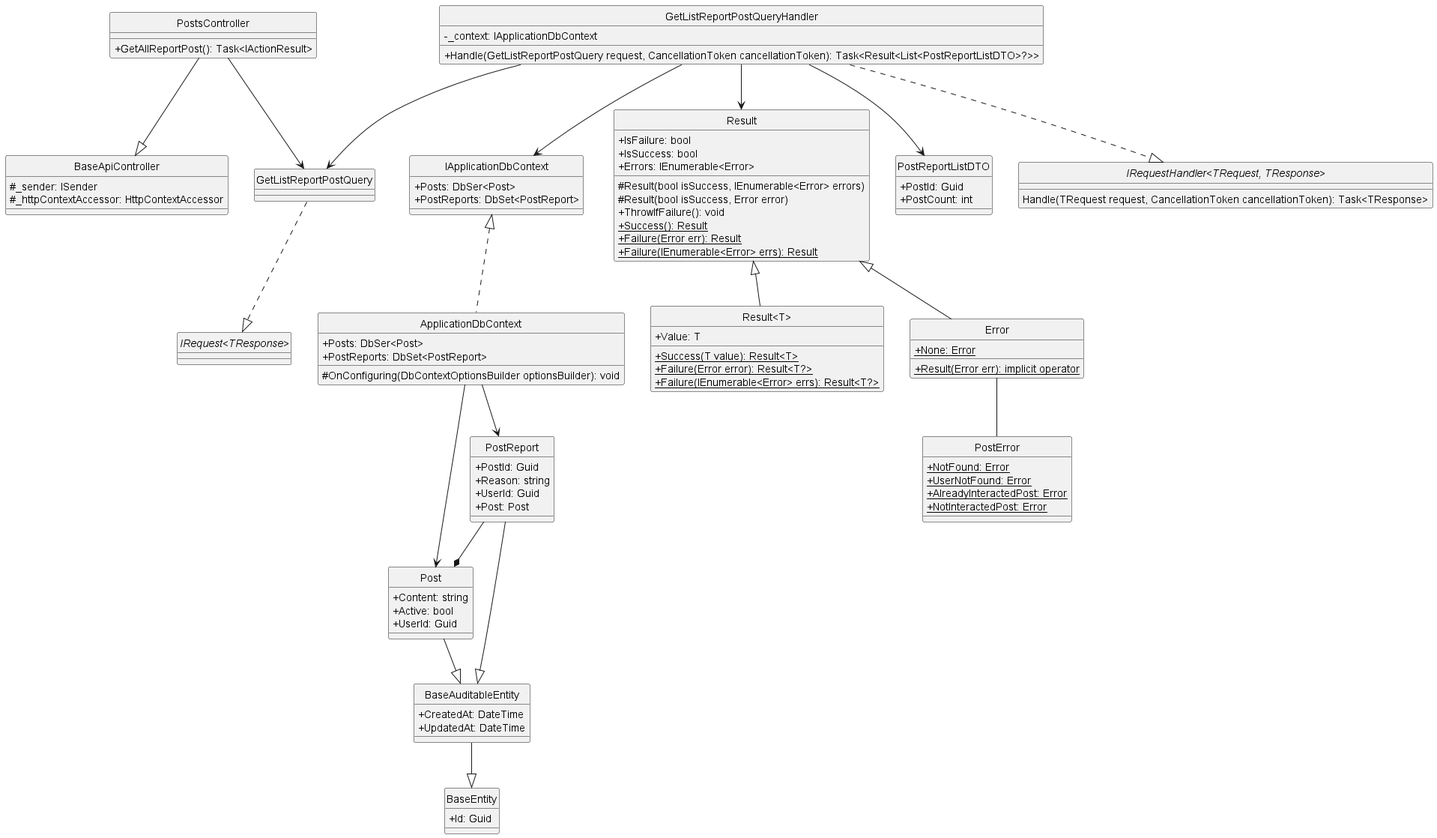
Carl-Johnsons/Chat-Application keeps this PlantUML diagram as docs/Class Diagram/Post/Post/GetAllReportPost/ClassDiagram/getAllReportPost.png. Above is the earlier version.
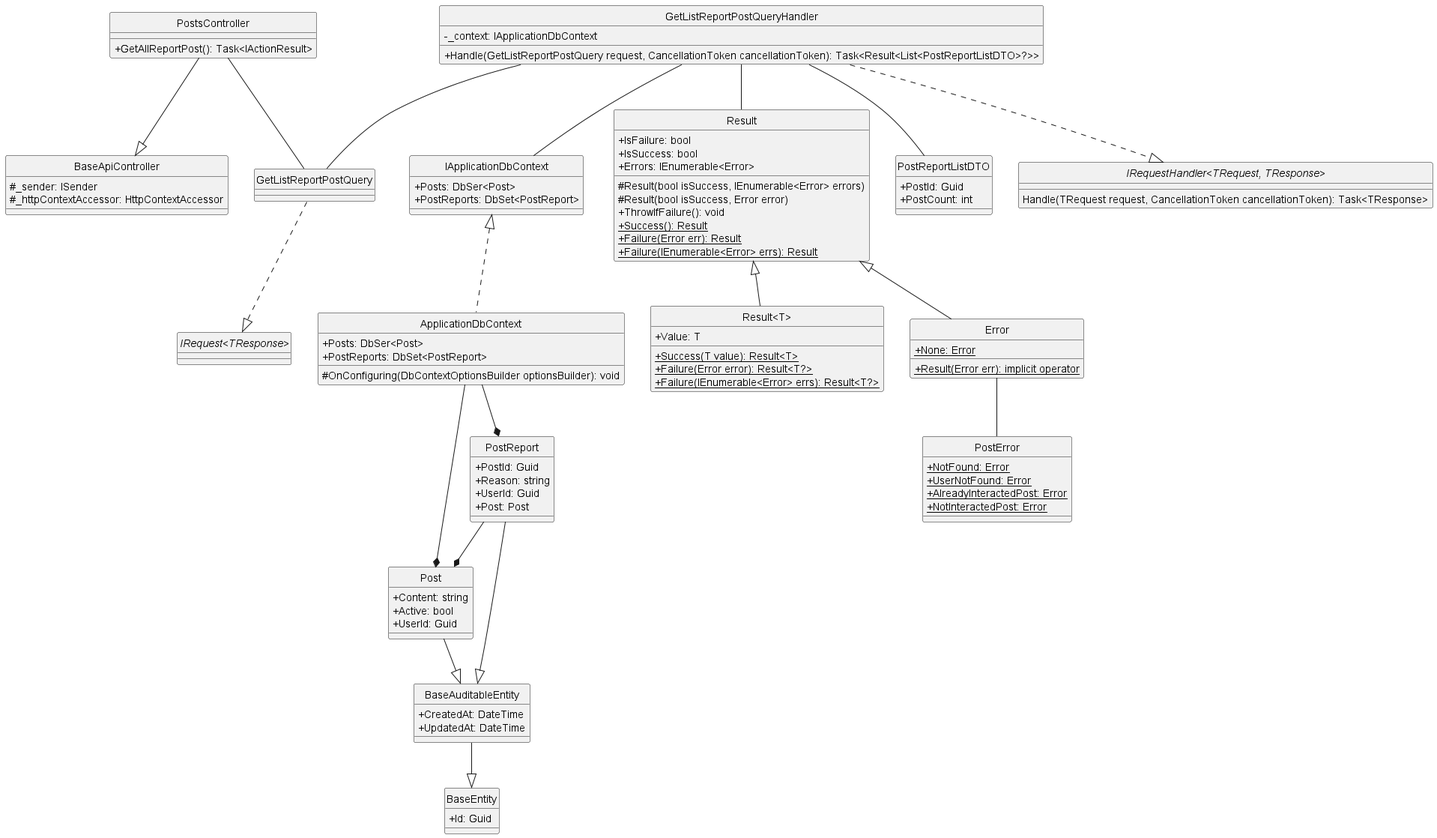
The same diagram one commit later.

Diff of the diagram source:
```diff
@@ -93,13 +93,13 @@
 }
 
 PostsController --|> BaseApiController
-PostsController --> GetListReportPostQuery
+PostsController -- GetListReportPostQuery
 GetListReportPostQuery ..|> "IRequest<TResponse>"
 GetListReportPostQueryHandler ..|> "IRequestHandler<TRequest, TResponse>"
-GetListReportPostQueryHandler --> GetListReportPostQuery
-GetListReportPostQueryHandler --> Result
-GetListReportPostQueryHandler --> IApplicationDbContext
-GetListReportPostQueryHandler --> PostReportListDTO
+GetListReportPostQueryHandler -- GetListReportPostQuery
+GetListReportPostQueryHandler -- Result
+GetListReportPostQueryHandler -- IApplicationDbContext
+GetListReportPostQueryHandler -- PostReportListDTO
 Result <|-- Error
 Result <|-- "Result<T>"
 Error -- PostError
@@ -108,6 +108,6 @@
 BaseAuditableEntity --|> BaseEntity
 PostReport --* Post
 IApplicationDbContext <|.. ApplicationDbContext
-ApplicationDbContext --> Post
-ApplicationDbContext --> PostReport
+ApplicationDbContext --* Post
+ApplicationDbContext --* PostReport
 @enduml
```
